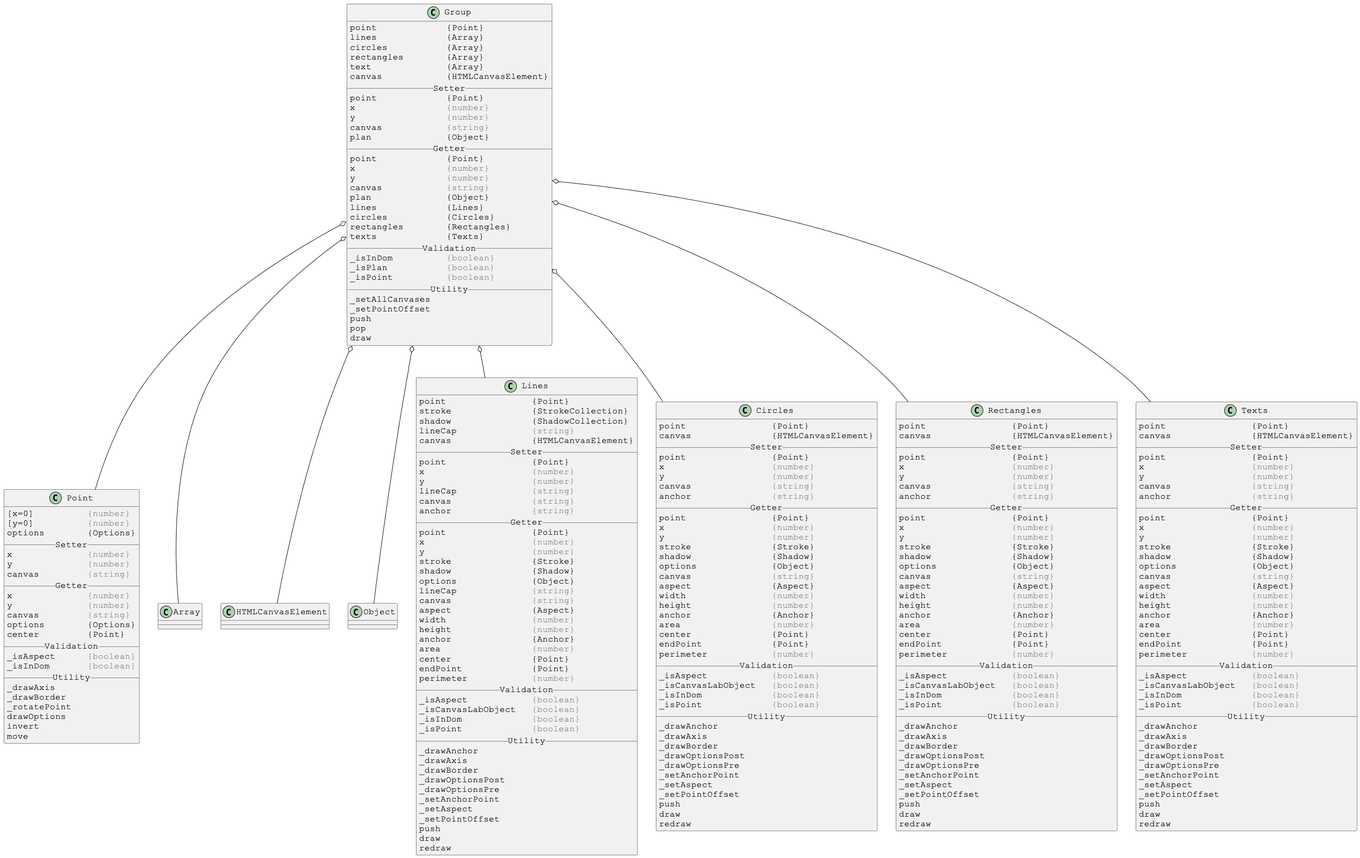
Earlier version of the PlantUML export docs/PlantUml/images/linked/Group-linked.png (Justin-Byrne/canvasLab).
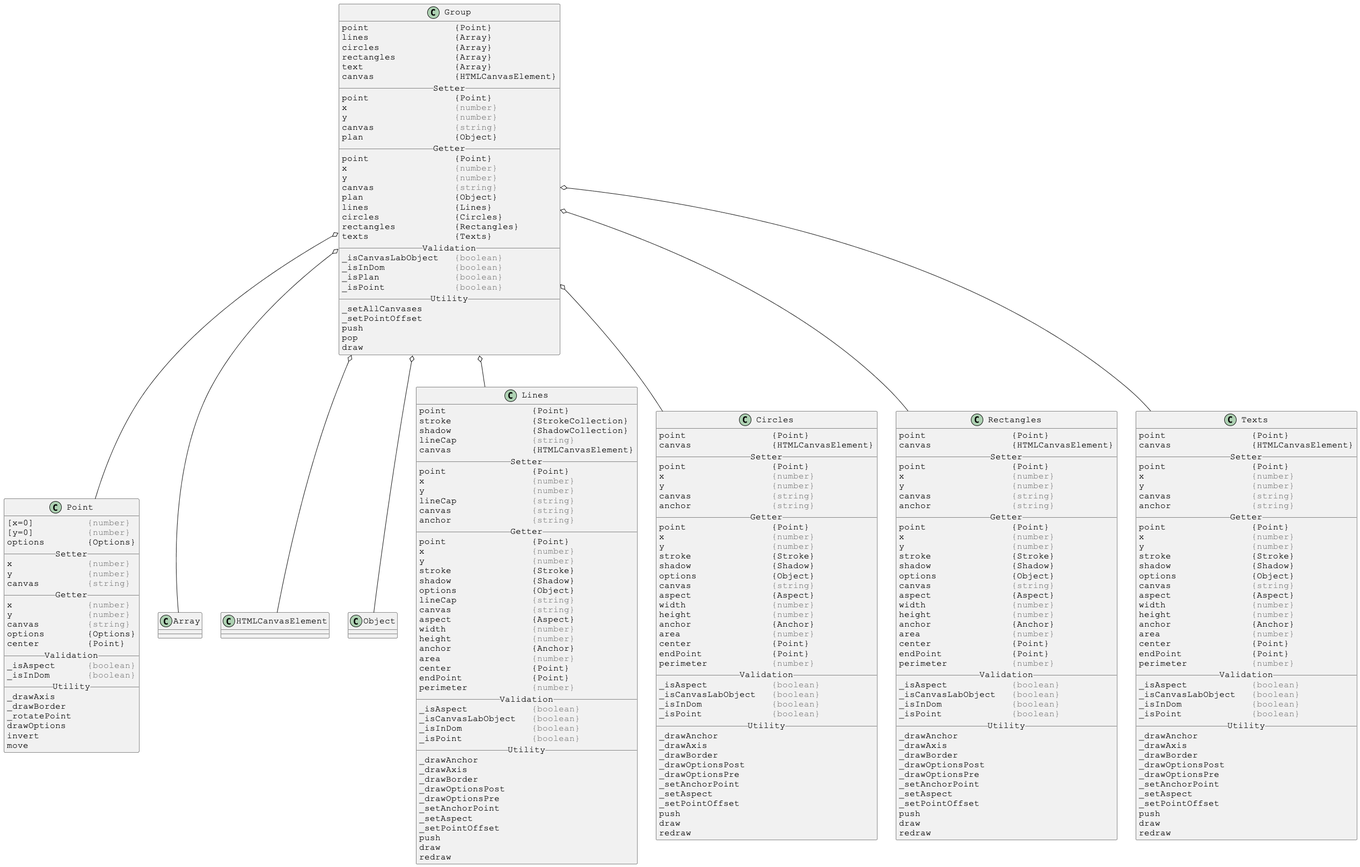
After the commit.

What changed in the source:
```diff
@@ -4,32 +4,33 @@
 skinparam DefaultFontName Courier New
 
 class Group {
-point             {Point}
-lines             {Array}
-circles           {Array}
-rectangles        {Array}
-text              {Array}
-canvas            {HTMLCanvasElement}
+point                {Point}
+lines                {Array}
+circles              {Array}
+rectangles           {Array}
+text                 {Array}
+canvas               {HTMLCanvasElement}
 __ Setter __
-point             {Point}
-x                 <color:gray>{number}</color>
-y                 <color:gray>{number}</color>
-canvas            <color:gray>{string}</color>
-plan              {Object}
+point                {Point}
+x                    <color:gray>{number}</color>
+y                    <color:gray>{number}</color>
+canvas               <color:gray>{string}</color>
+plan                 {Object}
 __ Getter __
-point             {Point}
-x                 <color:gray>{number}</color>
-y                 <color:gray>{number}</color>
-canvas            <color:gray>{string}</color>
-plan              {Object}
-lines             {Lines}
-circles           {Circles}
-rectangles        {Rectangles}
-texts             {Texts}
+point                {Point}
+x                    <color:gray>{number}</color>
+y                    <color:gray>{number}</color>
+canvas               <color:gray>{string}</color>
+plan                 {Object}
+lines                {Lines}
+circles              {Circles}
+rectangles           {Rectangles}
+texts                {Texts}
 __ Validation __
-_isInDom          <color:gray>{boolean}</color>
-_isPlan           <color:gray>{boolean}</color>
-_isPoint          <color:gray>{boolean}</color>
+_isCanvasLabObject   <color:gray>{boolean}</color>
+_isInDom             <color:gray>{boolean}</color>
+_isPlan              <color:gray>{boolean}</color>
+_isPoint             <color:gray>{boolean}</color>
 __ Utility __
 _setAllCanvases
 _setPointOffset
```
